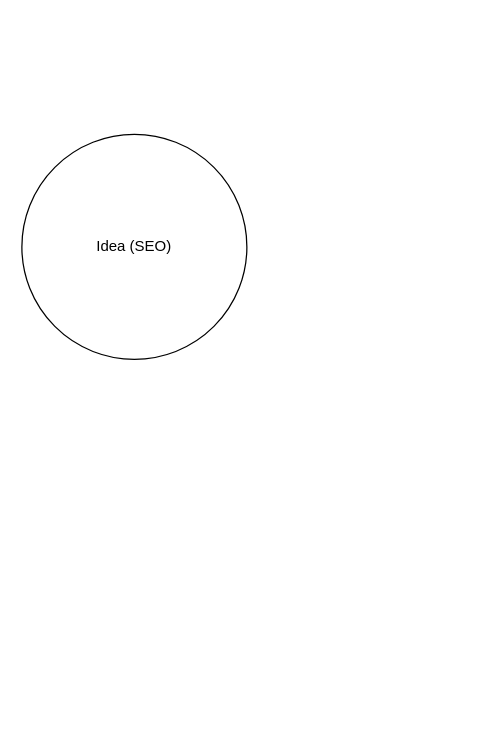
Earlier version of the draw.io diagram Sky network BP Diagram.drawio (annastazi09/blog). Source tidied: cells renumbered, new cells numbered last; positions are measured from the earlier drawing's top-left corner, leaving out a move shared by most shapes. Both pictures are drawn from the tidied source at 125%, with x=0, y=0 at pixel (21, 134).
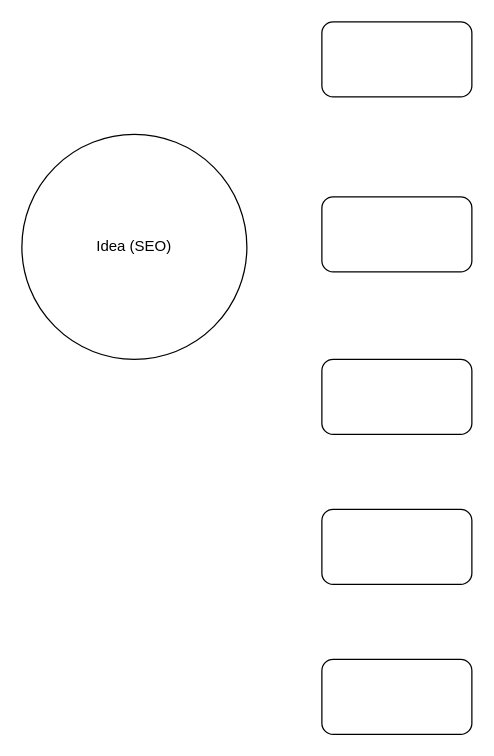
The same diagram, later.

Diff of the diagram source:
```diff
@@
 <mxGraphModel>
   <root>
     <mxCell id="0" />
     <mxCell id="1" parent="0" />
     <mxCell id="2" value="Idea (SEO)" style="ellipse;whiteSpace=wrap;html=1;" parent="1" vertex="1">
       <mxGeometry width="180" height="180" as="geometry" />
     </mxCell>
+    <mxCell id="3" style="rounded=1;whiteSpace=wrap;html=1;" parent="1" vertex="1">
+      <mxGeometry x="240" y="-90" width="120" height="60" as="geometry" />
+    </mxCell>
+    <mxCell id="4" style="rounded=1;whiteSpace=wrap;html=1;" parent="1" vertex="1">
+      <mxGeometry x="240" y="50" width="120" height="60" as="geometry" />
+    </mxCell>
+    <mxCell id="5" style="rounded=1;whiteSpace=wrap;html=1;" parent="1" vertex="1">
+      <mxGeometry x="240" y="180" width="120" height="60" as="geometry" />
+    </mxCell>
+    <mxCell id="6" style="rounded=1;whiteSpace=wrap;html=1;" parent="1" vertex="1">
+      <mxGeometry x="240" y="300" width="120" height="60" as="geometry" />
+    </mxCell>
+    <mxCell id="7" style="rounded=1;whiteSpace=wrap;html=1;" parent="1" vertex="1">
+      <mxGeometry x="240" y="420" width="120" height="60" as="geometry" />
+    </mxCell>
   </root>
 </mxGraphModel>
```
